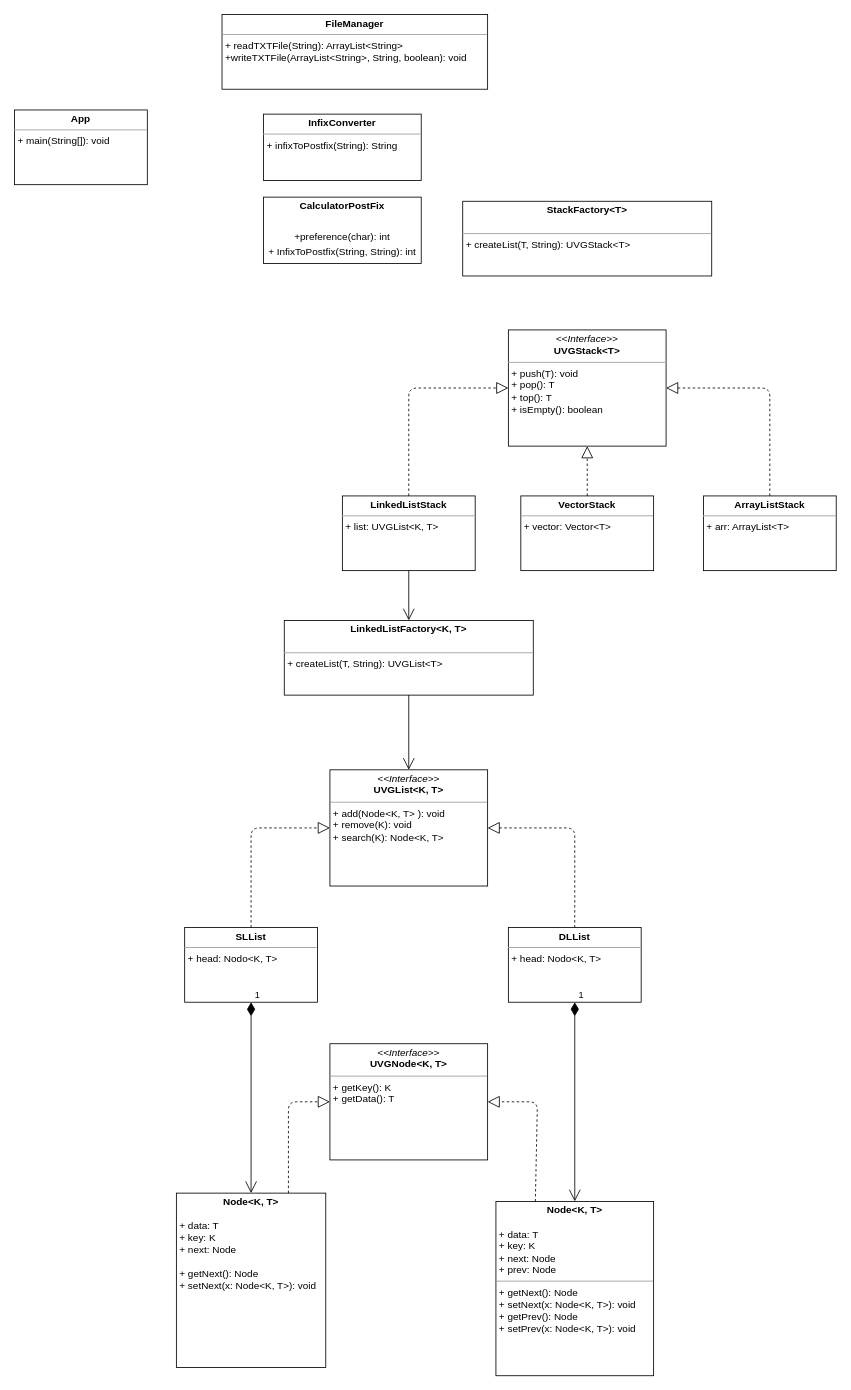
Before: UML.drawio in HUG0BA/hoja4, a draw.io diagram. Source tidied: cells renumbered, new cells numbered last; positions are measured from the earlier drawing's top-left corner, leaving out a move shared by most shapes. Both pictures are drawn from the tidied source at 83%, with x=0, y=0 at pixel (14, 14).
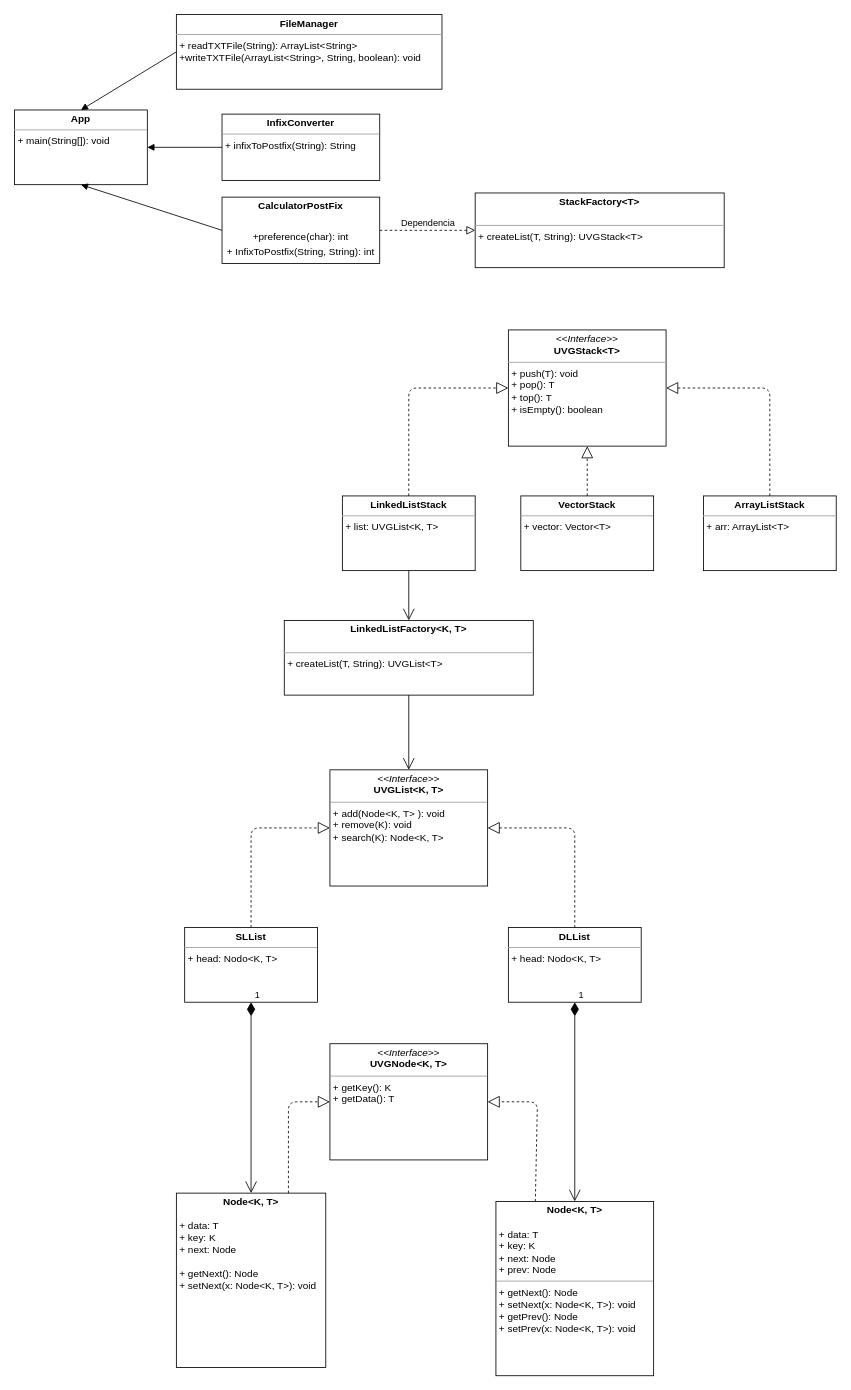
The same diagram, later.

Unchanged cells that the change refers to:
```xml
<mxCell id="13" value="&lt;p style=&quot;margin:0px;margin-top:4px;text-align:center;&quot;&gt;&lt;b&gt;App&lt;/b&gt;&lt;/p&gt;&lt;hr size=&quot;1&quot;&gt;&lt;p style=&quot;margin:0px;margin-left:4px;&quot;&gt;+ main(String[]): void&lt;/p&gt;" style="verticalAlign=top;align=left;overflow=fill;fontSize=12;fontFamily=Helvetica;html=1;" parent="1" vertex="1">
  <mxGeometry y="115" width="160" height="90" as="geometry" />
</mxCell>
```

The edit, as a diff of the source:
```diff
@@
     <mxCell id="12" value="&lt;p style=&quot;margin:0px;margin-top:4px;text-align:center;&quot;&gt;&lt;b&gt;StackFactory&amp;lt;T&amp;gt;&lt;/b&gt;&lt;/p&gt;&lt;p style=&quot;margin:0px;margin-left:4px;&quot;&gt;&lt;br&gt;&lt;/p&gt;&lt;hr size=&quot;1&quot;&gt;&lt;p style=&quot;margin:0px;margin-left:4px;&quot;&gt;+ createList(T, String): UVGStack&amp;lt;T&amp;gt;&lt;/p&gt;" style="verticalAlign=top;align=left;overflow=fill;fontSize=12;fontFamily=Helvetica;html=1;" parent="1" vertex="1">
-      <mxGeometry x="540" y="225" width="300" height="90" as="geometry" />
+      <mxGeometry x="555" y="215" width="300" height="90" as="geometry" />
     </mxCell>
@@
     <mxCell id="14" value="&lt;p style=&quot;margin:0px;margin-top:4px;text-align:center;&quot;&gt;&lt;b&gt;FileManager&lt;/b&gt;&lt;/p&gt;&lt;hr size=&quot;1&quot;&gt;&lt;p style=&quot;margin:0px;margin-left:4px;&quot;&gt;+ readTXTFile(String): ArrayList&amp;lt;String&amp;gt;&lt;/p&gt;&lt;p style=&quot;margin:0px;margin-left:4px;&quot;&gt;+writeTXTFile(ArrayList&amp;lt;String&amp;gt;, String, boolean): void&lt;/p&gt;" style="verticalAlign=top;align=left;overflow=fill;fontSize=12;fontFamily=Helvetica;html=1;" parent="1" vertex="1">
-      <mxGeometry x="250" width="320" height="90" as="geometry" />
+      <mxGeometry x="195" width="320" height="90" as="geometry" />
     </mxCell>
     <mxCell id="15" value="&lt;p style=&quot;margin:0px;margin-top:4px;text-align:center;&quot;&gt;&lt;b&gt;InfixConverter&lt;/b&gt;&lt;/p&gt;&lt;hr size=&quot;1&quot;&gt;&lt;p style=&quot;margin:0px;margin-left:4px;&quot;&gt;+ infixToPostfix(String): String&lt;/p&gt;" style="verticalAlign=top;align=left;overflow=fill;fontSize=12;fontFamily=Helvetica;html=1;" parent="1" vertex="1">
-      <mxGeometry x="300" y="120" width="190" height="80" as="geometry" />
+      <mxGeometry x="250" y="120" width="190" height="80" as="geometry" />
     </mxCell>
     <mxCell id="16" value="&lt;p style=&quot;margin:0px;margin-top:4px;text-align:center;&quot;&gt;&lt;b&gt;CalculatorPostFix&lt;/b&gt;&lt;/p&gt;&lt;p style=&quot;margin:0px;margin-top:4px;text-align:center;&quot;&gt;&lt;b&gt;&lt;br&gt;&lt;/b&gt;&lt;/p&gt;&lt;p style=&quot;margin:0px;margin-top:4px;text-align:center;&quot;&gt;+preference(char): int&lt;/p&gt;&lt;p style=&quot;margin:0px;margin-top:4px;text-align:center;&quot;&gt;&lt;span style=&quot;text-align: left;&quot;&gt;+ InfixToPostfix(String, String): int&lt;/span&gt;&lt;b&gt;&lt;br&gt;&lt;/b&gt;&lt;/p&gt;&lt;p style=&quot;margin:0px;margin-left:4px;&quot;&gt;&lt;br&gt;&lt;/p&gt;" style="verticalAlign=top;align=left;overflow=fill;fontSize=12;fontFamily=Helvetica;html=1;" parent="1" vertex="1">
-      <mxGeometry x="300" y="220" width="190" height="80" as="geometry" />
+      <mxGeometry x="250" y="220" width="190" height="80" as="geometry" />
     </mxCell>
@@
+    <mxCell id="29" value="Dependencia" style="endArrow=block;startArrow=none;endFill=0;startFill=0;endSize=8;html=1;verticalAlign=bottom;dashed=1;labelBackgroundColor=none;exitX=1;exitY=0.5;exitDx=0;exitDy=0;entryX=0;entryY=0.5;entryDx=0;entryDy=0;" parent="1" edge="1" source="16" target="12">
+      <mxGeometry relative="1" as="geometry" />
+    </mxCell>
+    <mxCell id="30" style="html=1;verticalAlign=bottom;labelBackgroundColor=none;endArrow=block;endFill=1;exitX=0;exitY=0.5;exitDx=0;exitDy=0;entryX=0.5;entryY=0;entryDx=0;entryDy=0;" parent="1" edge="1" source="14" target="13">
+      <mxGeometry relative="1" as="geometry" />
+    </mxCell>
+    <mxCell id="31" style="html=1;verticalAlign=bottom;labelBackgroundColor=none;endArrow=block;endFill=1;exitX=0;exitY=0.5;exitDx=0;exitDy=0;entryX=1;entryY=0.5;entryDx=0;entryDy=0;" parent="1" edge="1" source="15" target="13">
+      <mxGeometry relative="1" as="geometry" />
+    </mxCell>
+    <mxCell id="32" style="html=1;verticalAlign=bottom;labelBackgroundColor=none;endArrow=block;endFill=1;exitX=0;exitY=0.5;exitDx=0;exitDy=0;entryX=0.5;entryY=1;entryDx=0;entryDy=0;" parent="1" edge="1" source="16" target="13">
+      <mxGeometry relative="1" as="geometry" />
+    </mxCell>
```
